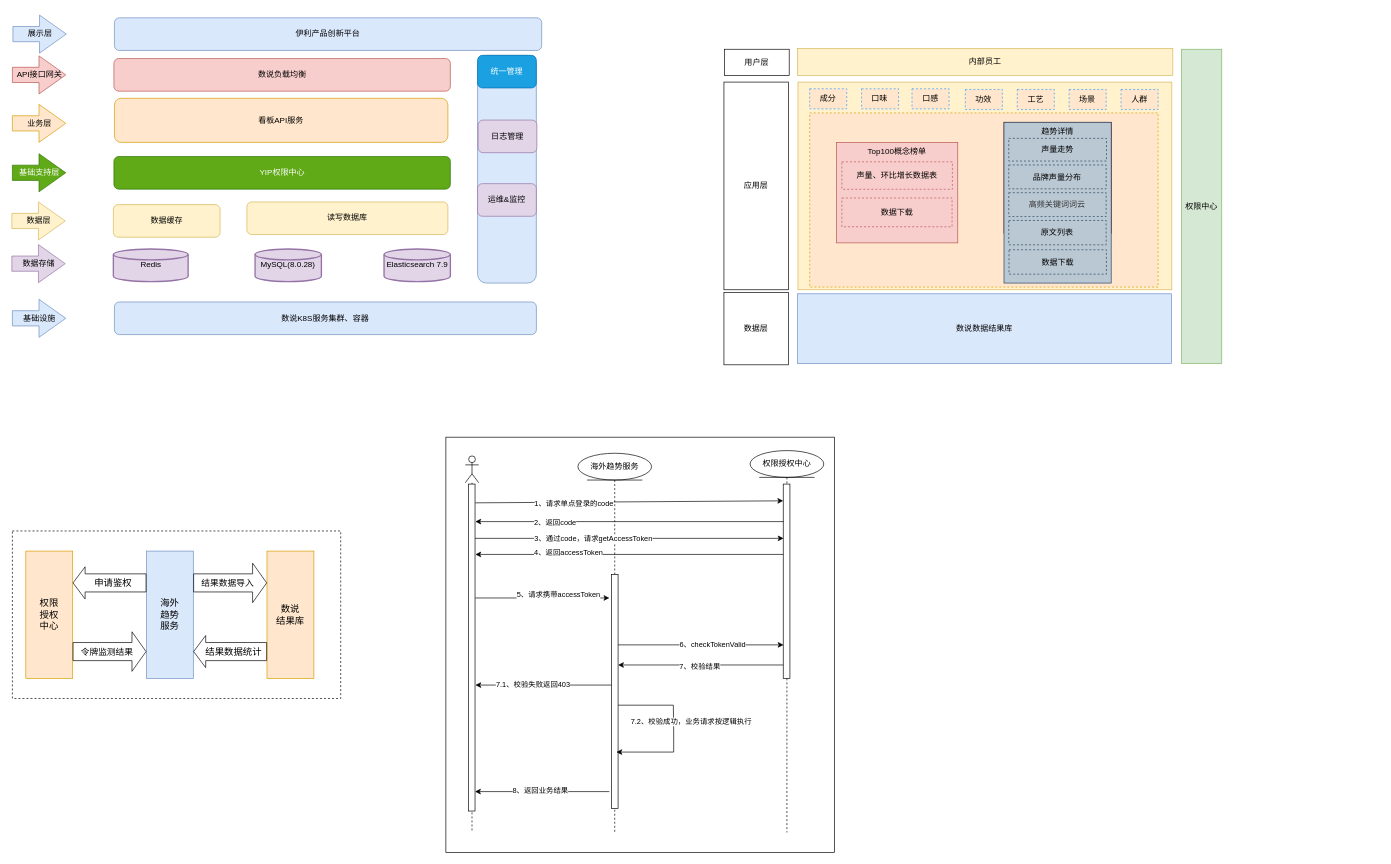
This is page "伊利海外趋势" (5 of 5) of 数据服务3.0.drawio from jk1420/data-api, a draw.io file, before an edit. Source tidied: cells renumbered, new cells numbered last; positions are measured from the earlier drawing's top-left corner, leaving out a move shared by most shapes. Both pictures are drawn from the tidied source at 67%, with x=0, y=0 at pixel (11, 15).
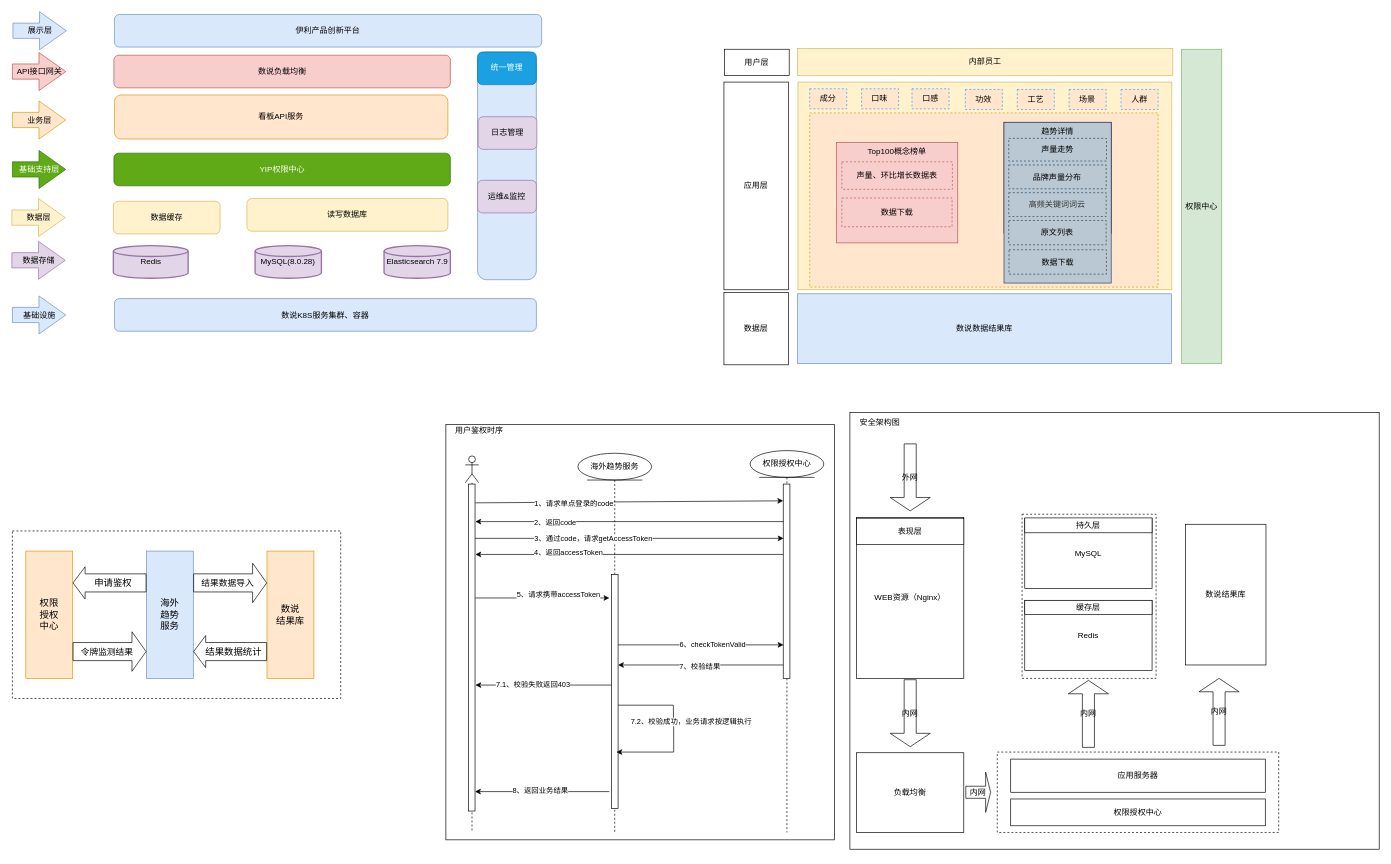
Above is the later version.

Commit message:
伊利海外趋势：安全架构图

Diff of the diagram source:
```diff
@@
+    <mxCell id="91" style="rounded=0;whiteSpace=wrap;html=1;" parent="1" vertex="1">
+      <mxGeometry x="1251" y="593" width="790" height="652" as="geometry" />
+    </mxCell>
@@
     <mxCell id="31" style="group;" parent="1" vertex="1">
-      <mxGeometry x="1" width="1180" height="1250" as="geometry" />
+      <mxGeometry x="1" y="-5" width="1180" height="1250" as="geometry" />
     </mxCell>
@@
     <mxCell id="53" style="rounded=0;whiteSpace=wrap;html=1;" parent="31" vertex="1">
-      <mxGeometry x="647" y="630" width="580" height="620" as="geometry" />
+      <mxGeometry x="647" y="616" width="580" height="620" as="geometry" />
     </mxCell>
+    <mxCell id="92" value="用户鉴权时序" style="text;strokeColor=none;align=center;fillColor=none;html=1;verticalAlign=middle;whiteSpace=wrap;rounded=0;" parent="31" vertex="1">
+      <mxGeometry x="647" y="616" width="100" height="20" as="geometry" />
+    </mxCell>
@@
+    <mxCell id="93" style="rounded=0;whiteSpace=wrap;html=1;dashed=1;" parent="1" vertex="1">
+      <mxGeometry x="1471" y="1100" width="420" height="120" as="geometry" />
+    </mxCell>
+    <mxCell id="94" value="WEB资源（Nginx）" style="rounded=0;whiteSpace=wrap;html=1;" parent="1" vertex="1">
+      <mxGeometry x="1261" y="750" width="160" height="240" as="geometry" />
+    </mxCell>
+    <mxCell id="95" value="表现层" style="rounded=0;whiteSpace=wrap;html=1;" parent="1" vertex="1">
+      <mxGeometry x="1261" y="751" width="160" height="39" as="geometry" />
+    </mxCell>
+    <mxCell id="96" value="负载均衡" style="rounded=0;whiteSpace=wrap;html=1;" parent="1" vertex="1">
+      <mxGeometry x="1261" y="1101" width="160" height="119" as="geometry" />
+    </mxCell>
+    <mxCell id="97" value="内网" style="shape=singleArrow;direction=south;whiteSpace=wrap;html=1;" parent="1" vertex="1">
+      <mxGeometry x="1311" y="992" width="60" height="100" as="geometry" />
+    </mxCell>
+    <mxCell id="98" style="group;" parent="1" vertex="1">
+      <mxGeometry x="1508" y="745" width="200" height="245" as="geometry" />
+    </mxCell>
+    <mxCell id="99" style="rounded=0;whiteSpace=wrap;html=1;dashed=1;" parent="98" vertex="1">
+      <mxGeometry width="200" height="245" as="geometry" />
+    </mxCell>
+    <mxCell id="100" style="group;" parent="98" vertex="1">
+      <mxGeometry x="4" y="5.5" width="190" height="105.4" as="geometry" />
+    </mxCell>
+    <mxCell id="101" value="MySQL" style="rounded=0;whiteSpace=wrap;html=1;" parent="100" vertex="1">
+      <mxGeometry y="0.9" width="190" height="104.5" as="geometry" />
+    </mxCell>
+    <mxCell id="102" value="持久层" style="rounded=0;whiteSpace=wrap;html=1;" parent="100" vertex="1">
+      <mxGeometry width="190" height="22.2" as="geometry" />
+    </mxCell>
+    <mxCell id="103" style="group;" parent="98" vertex="1">
+      <mxGeometry x="4" y="128.5" width="190" height="104.5" as="geometry" />
+    </mxCell>
+    <mxCell id="104" value="Redis" style="rounded=0;whiteSpace=wrap;html=1;" parent="103" vertex="1">
+      <mxGeometry width="190" height="104.5" as="geometry" />
+    </mxCell>
+    <mxCell id="105" value="缓存层" style="rounded=0;whiteSpace=wrap;html=1;" parent="103" vertex="1">
+      <mxGeometry width="190" height="21.3" as="geometry" />
+    </mxCell>
+    <mxCell id="106" value="应用服务器" style="rounded=0;whiteSpace=wrap;html=1;" parent="1" vertex="1">
+      <mxGeometry x="1491" y="1110.5" width="380" height="49.5" as="geometry" />
+    </mxCell>
+    <mxCell id="107" value="权限授权中心" style="rounded=0;whiteSpace=wrap;html=1;" parent="1" vertex="1">
+      <mxGeometry x="1491" y="1170" width="380" height="40" as="geometry" />
+    </mxCell>
+    <mxCell id="108" value="数说结果库" style="rounded=0;whiteSpace=wrap;html=1;" parent="1" vertex="1">
+      <mxGeometry x="1752" y="760" width="120" height="210" as="geometry" />
+    </mxCell>
+    <mxCell id="109" value="内网" style="shape=singleArrow;whiteSpace=wrap;html=1;" parent="1" vertex="1">
+      <mxGeometry x="1424" y="1130" width="37" height="60" as="geometry" />
+    </mxCell>
+    <mxCell id="110" value="内网" style="shape=singleArrow;direction=north;whiteSpace=wrap;html=1;" parent="1" vertex="1">
+      <mxGeometry x="1577" y="993" width="60" height="100" as="geometry" />
+    </mxCell>
+    <mxCell id="111" value="内网" style="shape=singleArrow;direction=north;whiteSpace=wrap;html=1;" parent="1" vertex="1">
+      <mxGeometry x="1772" y="990" width="60" height="100" as="geometry" />
+    </mxCell>
+    <mxCell id="112" value="外网" style="shape=singleArrow;direction=south;whiteSpace=wrap;html=1;" parent="1" vertex="1">
+      <mxGeometry x="1311" y="640" width="60" height="100" as="geometry" />
+    </mxCell>
+    <mxCell id="113" value="安全架构图" style="text;strokeColor=none;align=center;fillColor=none;html=1;verticalAlign=middle;whiteSpace=wrap;rounded=0;" parent="1" vertex="1">
+      <mxGeometry x="1251" y="593" width="90" height="30" as="geometry" />
+    </mxCell>
```
